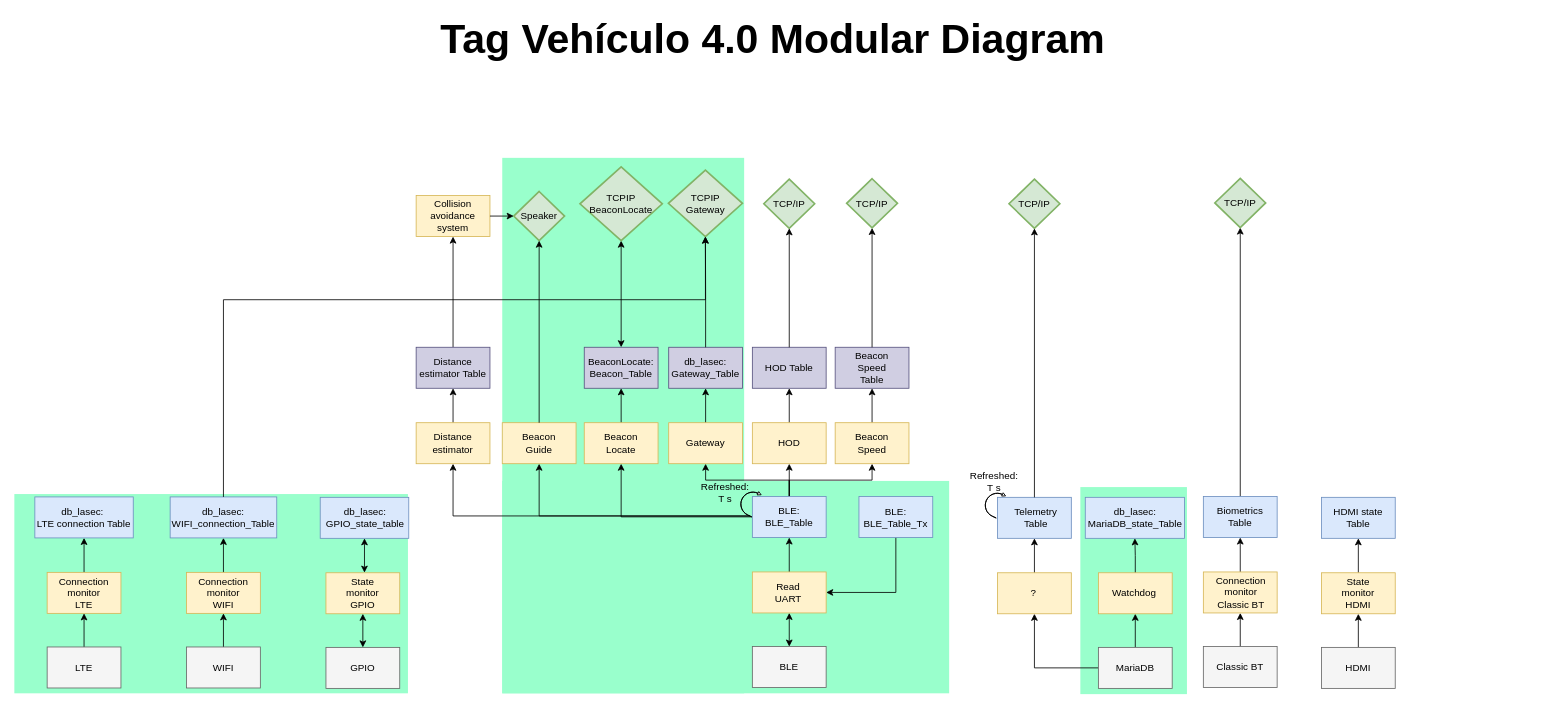
CesarRodriguez14/Tag_Vehiculo_4_0_Diagramas keeps this draw.io diagram as Diagrama modular de Tag Vehiculo 4_0.drawio. Above is the earlier version. Source tidied: cells renumbered, new cells numbered last; positions are measured from the earlier drawing's top-left corner, leaving out a move shared by most shapes. Both pictures are drawn from the tidied source at 82%, with x=0, y=0 at pixel (14, 18).
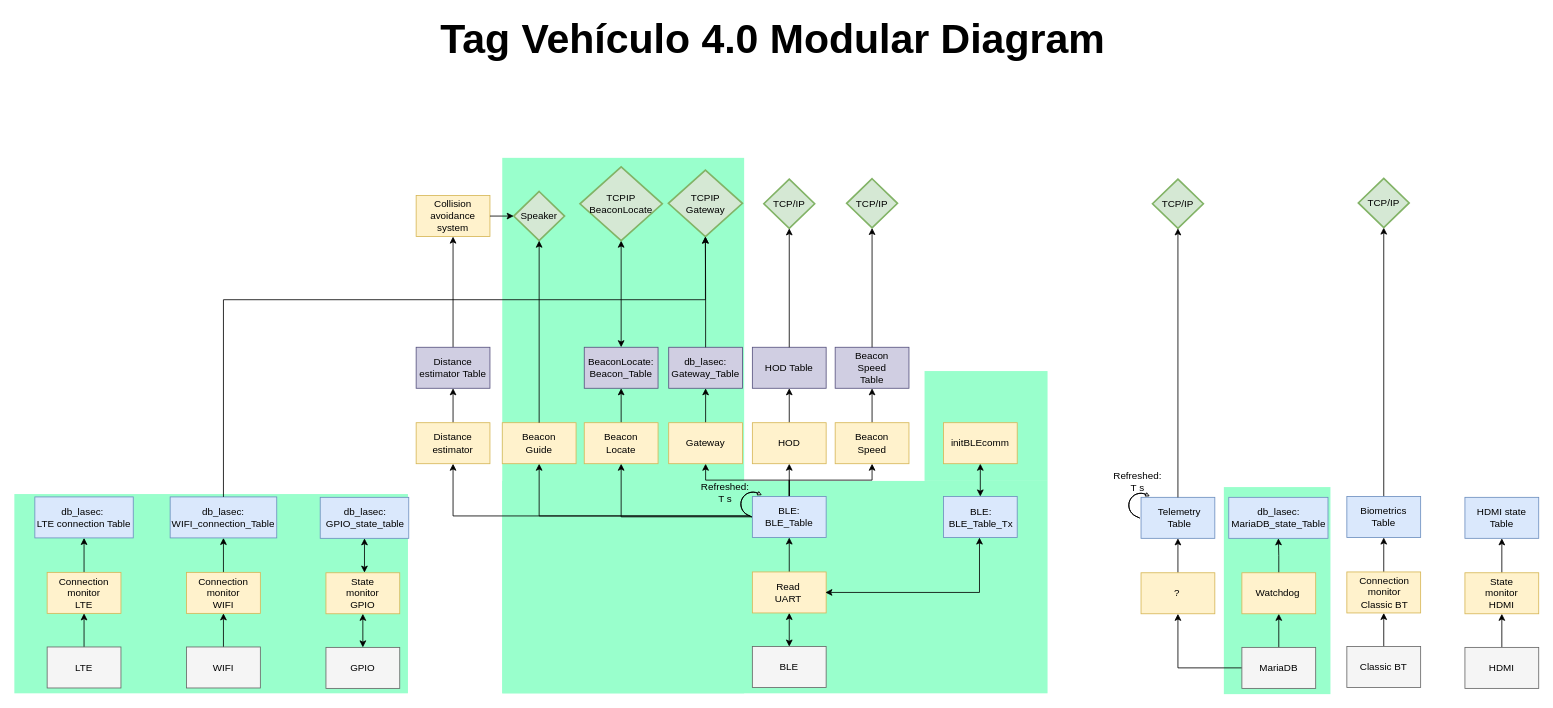
Above is the later version.

Commit message:
Agregar initBLEcomm

Unchanged cells that the change refers to:
```xml
<mxCell id="104" style="rounded=0;whiteSpace=wrap;html=1;fillColor=#fff2cc;strokeColor=#d6b656;" parent="1" vertex="1">
  <mxGeometry x="900" y="675" width="90" height="50" as="geometry" />
</mxCell>
```

What changed in the source:
```diff
@@
+    <mxCell id="125" style="rounded=0;whiteSpace=wrap;html=1;fillColor=#99FFCC;strokeColor=none;" parent="1" vertex="1">
+      <mxGeometry x="1110" y="430" width="150" height="134" as="geometry" />
+    </mxCell>
     <mxCell id="2" style="rounded=0;whiteSpace=wrap;html=1;fillColor=#99FFCC;strokeColor=none;" parent="1" vertex="1">
-      <mxGeometry x="1300" y="571.5" width="130" height="252.5" as="geometry" />
+      <mxGeometry x="1475" y="571.5" width="130" height="252.5" as="geometry" />
     </mxCell>
@@
     <mxCell id="4" style="rounded=0;whiteSpace=wrap;html=1;fillColor=#99FFCC;strokeColor=none;" parent="1" vertex="1">
-      <mxGeometry x="595" y="564" width="545" height="259" as="geometry" />
+      <mxGeometry x="595" y="564" width="665" height="259" as="geometry" />
     </mxCell>
@@
     <mxCell id="17" style="rounded=0;whiteSpace=wrap;html=1;fillColor=#f5f5f5;fontColor=#333333;strokeColor=#666666;" parent="1" vertex="1">
-      <mxGeometry x="1594" y="767" width="90" height="50" as="geometry" />
+      <mxGeometry x="1769" y="767" width="90" height="50" as="geometry" />
     </mxCell>
     <mxCell id="18" value="HDMI" style="text;html=1;align=center;verticalAlign=middle;whiteSpace=wrap;rounded=0;" parent="1" vertex="1">
-      <mxGeometry x="1609" y="777" width="60" height="30" as="geometry" />
+      <mxGeometry x="1784" y="777" width="60" height="30" as="geometry" />
     </mxCell>
@@
     <mxCell id="21" style="rounded=0;whiteSpace=wrap;html=1;fillColor=#f5f5f5;fontColor=#333333;strokeColor=#666666;" parent="1" vertex="1">
-      <mxGeometry x="1322" y="767" width="90" height="50" as="geometry" />
+      <mxGeometry x="1497" y="767" width="90" height="50" as="geometry" />
     </mxCell>
     <mxCell id="22" value="MariaDB" style="text;html=1;align=center;verticalAlign=middle;whiteSpace=wrap;rounded=0;" parent="1" vertex="1">
-      <mxGeometry x="1337" y="777" width="60" height="30" as="geometry" />
+      <mxGeometry x="1512" y="777" width="60" height="30" as="geometry" />
     </mxCell>
@@
     <mxCell id="37" style="rounded=0;whiteSpace=wrap;html=1;fillColor=#fff2cc;strokeColor=#d6b656;" parent="1" vertex="1">
-      <mxGeometry x="1594" y="676" width="90" height="50" as="geometry" />
+      <mxGeometry x="1769" y="676" width="90" height="50" as="geometry" />
     </mxCell>
     <mxCell id="38" value="State monitor HDMI" style="text;html=1;align=center;verticalAlign=middle;whiteSpace=wrap;rounded=0;" parent="1" vertex="1">
-      <mxGeometry x="1609" y="686" width="60" height="30" as="geometry" />
+      <mxGeometry x="1784" y="686" width="60" height="30" as="geometry" />
     </mxCell>
@@
     <mxCell id="40" style="rounded=0;whiteSpace=wrap;html=1;fillColor=#fff2cc;strokeColor=#d6b656;" parent="1" vertex="1">
-      <mxGeometry x="1322" y="676" width="90" height="50" as="geometry" />
+      <mxGeometry x="1497" y="676" width="90" height="50" as="geometry" />
     </mxCell>
     <mxCell id="41" value="Watchdog" style="text;html=1;align=center;verticalAlign=middle;whiteSpace=wrap;rounded=0;" parent="1" vertex="1">
-      <mxGeometry x="1336" y="686" width="60" height="30" as="geometry" />
+      <mxGeometry x="1511" y="686" width="60" height="30" as="geometry" />
     </mxCell>
@@
     <mxCell id="47" style="rounded=0;whiteSpace=wrap;html=1;fillColor=#dae8fc;strokeColor=#6c8ebf;" parent="1" vertex="1">
-      <mxGeometry x="1199" y="584" width="90" height="50" as="geometry" />
+      <mxGeometry x="1374" y="584" width="90" height="50" as="geometry" />
     </mxCell>
     <mxCell id="48" value="Telemetry Table" style="text;html=1;align=center;verticalAlign=middle;whiteSpace=wrap;rounded=0;" parent="1" vertex="1">
-      <mxGeometry x="1216" y="594" width="60" height="30" as="geometry" />
+      <mxGeometry x="1391" y="594" width="60" height="30" as="geometry" />
     </mxCell>
     <mxCell id="49" value="TCP/IP" style="strokeWidth=2;html=1;shape=mxgraph.flowchart.decision;whiteSpace=wrap;fillColor=#d5e8d4;strokeColor=#82b366;" parent="1" vertex="1">
-      <mxGeometry x="1213" y="196" width="62" height="60" as="geometry" />
+      <mxGeometry x="1388" y="196" width="62" height="60" as="geometry" />
     </mxCell>
@@
     <mxCell id="51" style="rounded=0;whiteSpace=wrap;html=1;fillColor=#f5f5f5;fontColor=#333333;strokeColor=#666666;" parent="1" vertex="1">
-      <mxGeometry x="1450" y="766" width="90" height="50" as="geometry" />
+      <mxGeometry x="1625" y="766" width="90" height="50" as="geometry" />
     </mxCell>
     <mxCell id="52" value="Classic BT" style="text;html=1;align=center;verticalAlign=middle;whiteSpace=wrap;rounded=0;" parent="1" vertex="1">
-      <mxGeometry x="1465" y="776" width="60" height="30" as="geometry" />
+      <mxGeometry x="1640" y="776" width="60" height="30" as="geometry" />
     </mxCell>
@@
     <mxCell id="54" style="rounded=0;whiteSpace=wrap;html=1;fillColor=#dae8fc;strokeColor=#6c8ebf;" parent="1" vertex="1">
-      <mxGeometry x="1450" y="583" width="90" height="50" as="geometry" />
+      <mxGeometry x="1625" y="583" width="90" height="50" as="geometry" />
     </mxCell>
     <mxCell id="55" value="Biometrics Table" style="text;html=1;align=center;verticalAlign=middle;whiteSpace=wrap;rounded=0;" parent="1" vertex="1">
-      <mxGeometry x="1465" y="593" width="60" height="30" as="geometry" />
+      <mxGeometry x="1640" y="593" width="60" height="30" as="geometry" />
     </mxCell>
     <mxCell id="56" value="TCP/IP" style="strokeWidth=2;html=1;shape=mxgraph.flowchart.decision;whiteSpace=wrap;fillColor=#d5e8d4;strokeColor=#82b366;" parent="1" vertex="1">
-      <mxGeometry x="1464" y="195" width="62" height="60" as="geometry" />
+      <mxGeometry x="1639" y="195" width="62" height="60" as="geometry" />
     </mxCell>
@@
     <mxCell id="75" style="html=1;shadow=0;dashed=0;align=center;verticalAlign=middle;shape=mxgraph.arrows2.uTurnArrow;dy=0;arrowHead=4.41;dx2=4.26;rotation=25;" parent="1" vertex="1">
-      <mxGeometry x="1185" y="575" width="20" height="31.5" as="geometry" />
+      <mxGeometry x="1360" y="575" width="20" height="31.5" as="geometry" />
     </mxCell>
     <mxCell id="76" value="Refreshed:&lt;div&gt;T s&lt;/div&gt;" style="text;html=1;align=center;verticalAlign=middle;whiteSpace=wrap;rounded=0;" parent="1" vertex="1">
-      <mxGeometry x="1165" y="550" width="60" height="30" as="geometry" />
+      <mxGeometry x="1340" y="550" width="60" height="30" as="geometry" />
     </mxCell>
@@
     <mxCell id="92" style="rounded=0;whiteSpace=wrap;html=1;fillColor=#dae8fc;strokeColor=#6c8ebf;" parent="1" vertex="1">
-      <mxGeometry x="1594" y="584" width="90" height="50" as="geometry" />
+      <mxGeometry x="1769" y="584" width="90" height="50" as="geometry" />
     </mxCell>
     <mxCell id="93" value="HDMI state Table" style="text;html=1;align=center;verticalAlign=middle;whiteSpace=wrap;rounded=0;" parent="1" vertex="1">
-      <mxGeometry x="1608" y="594" width="62" height="30" as="geometry" />
+      <mxGeometry x="1783" y="594" width="62" height="30" as="geometry" />
     </mxCell>
@@
     <mxCell id="101" style="rounded=0;whiteSpace=wrap;html=1;fillColor=#DAE8FC;strokeColor=#6c8ebf;" parent="1" vertex="1">
-      <mxGeometry x="1306" y="584" width="121" height="50" as="geometry" />
+      <mxGeometry x="1481" y="584" width="121" height="50" as="geometry" />
     </mxCell>
     <mxCell id="102" value="&lt;div&gt;db_lasec:&lt;/div&gt;MariaDB_state_Table" style="text;html=1;align=center;verticalAlign=middle;whiteSpace=wrap;rounded=0;" parent="1" vertex="1">
-      <mxGeometry x="1307" y="594" width="120" height="30" as="geometry" />
+      <mxGeometry x="1482" y="594" width="120" height="30" as="geometry" />
     </mxCell>
@@
     <mxCell id="107" style="rounded=0;whiteSpace=wrap;html=1;fillColor=#fff2cc;strokeColor=#d6b656;" parent="1" vertex="1">
-      <mxGeometry x="1450" y="675" width="90" height="50" as="geometry" />
+      <mxGeometry x="1625" y="675" width="90" height="50" as="geometry" />
     </mxCell>
     <mxCell id="108" value="Connection monitor Classic BT" style="text;html=1;align=center;verticalAlign=middle;whiteSpace=wrap;rounded=0;" parent="1" vertex="1">
-      <mxGeometry x="1466" y="685" width="60" height="30" as="geometry" />
+      <mxGeometry x="1641" y="685" width="60" height="30" as="geometry" />
     </mxCell>
@@
     <mxCell id="110" style="rounded=0;whiteSpace=wrap;html=1;fillColor=#fff2cc;strokeColor=#d6b656;" parent="1" vertex="1">
-      <mxGeometry x="1199" y="676" width="90" height="50" as="geometry" />
+      <mxGeometry x="1374" y="676" width="90" height="50" as="geometry" />
     </mxCell>
     <mxCell id="111" value="?" style="text;html=1;align=center;verticalAlign=middle;whiteSpace=wrap;rounded=0;" parent="1" vertex="1">
-      <mxGeometry x="1213" y="686" width="60" height="30" as="geometry" />
+      <mxGeometry x="1388" y="686" width="60" height="30" as="geometry" />
     </mxCell>
@@
-    <mxCell id="119" style="edgeStyle=orthogonalEdgeStyle;rounded=0;jettySize=auto;html=1;exitX=0.5;exitY=1;exitDx=0;exitDy=0;entryX=1;entryY=0.5;entryDx=0;entryDy=0;" parent="1" edge="1" source="120" target="104">
-      <mxGeometry relative="1" as="geometry" />
-    </mxCell>
     <mxCell id="120" style="rounded=0;whiteSpace=wrap;html=1;fillColor=#DAE8FC;strokeColor=#6c8ebf;" parent="1" vertex="1">
-      <mxGeometry x="1030" y="583" width="90" height="50" as="geometry" />
+      <mxGeometry x="1133" y="583" width="90" height="50" as="geometry" />
     </mxCell>
     <mxCell id="121" value="BLE: BLE_Table_Tx" style="text;html=1;align=center;verticalAlign=middle;whiteSpace=wrap;rounded=0;" parent="1" vertex="1">
-      <mxGeometry x="1045" y="594" width="60" height="30" as="geometry" />
+      <mxGeometry x="1149" y="594" width="60" height="30" as="geometry" />
     </mxCell>
@@
+    <mxCell id="126" value="initBLEcomm" style="rounded=0;whiteSpace=wrap;html=1;fillColor=#fff2cc;strokeColor=#d6b656;" parent="1" vertex="1">
+      <mxGeometry x="1133" y="493" width="90" height="50" as="geometry" />
+    </mxCell>
+    <mxCell id="127" style="endArrow=classic;startArrow=classic;html=1;rounded=0;exitX=1;exitY=0.5;exitDx=0;exitDy=0;entryX=0.5;entryY=1;entryDx=0;entryDy=0;" parent="1" edge="1">
+      <mxGeometry relative="1" as="geometry">
+        <mxPoint x="989" y="700" as="sourcePoint" />
+        <mxPoint x="1177" y="633" as="targetPoint" />
+        <Array as="points">
+          <mxPoint x="1177" y="700" />
+        </Array>
+      </mxGeometry>
+    </mxCell>
+    <mxCell id="128" style="endArrow=classic;startArrow=classic;html=1;rounded=0;exitX=0.5;exitY=0;exitDx=0;exitDy=0;entryX=0.5;entryY=1;entryDx=0;entryDy=0;" parent="1" edge="1" source="120" target="126">
+      <mxGeometry relative="1" as="geometry" />
+    </mxCell>
```
